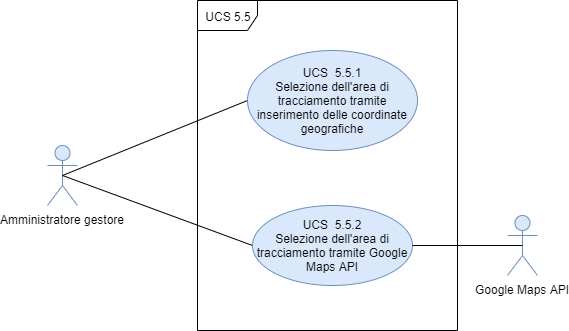
This is DocumentazioneEsterna/AnalisiRequisiti/sezioni/UseCase/Immagini/UCS5.5.png from qb-team/Stalker-Documentazione, a draw.io export, as it was before one commit. Source tidied: cells renumbered, new cells last; positions are measured from the earlier drawing's top-left corner, leaving out a move shared by most shapes.
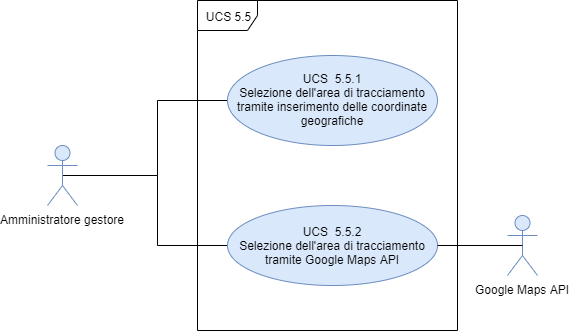
After the commit.

Change to the diagram source:
```diff
@@ -5,20 +5,30 @@
     <mxCell id="2" value="UCS 5.5" style="shape=umlFrame;whiteSpace=wrap;html=1;" parent="1" vertex="1">
       <mxGeometry x="150" width="260" height="330" as="geometry" />
     </mxCell>
-    <mxCell id="3" value="Amministratore gestore" style="shape=umlActor;verticalLabelPosition=bottom;labelBackgroundColor=#ffffff;verticalAlign=top;html=1;fillColor=#dae8fc;strokeColor=#6c8ebf;" parent="1" vertex="1">
-      <mxGeometry y="145" width="30" height="60" as="geometry" />
-    </mxCell>
-    <mxCell id="4" style="endArrow=none;html=1;exitX=0.5;exitY=0.5;exitDx=0;exitDy=0;exitPerimeter=0;entryX=0;entryY=0.5;entryDx=0;entryDy=0;" parent="1" edge="1" source="3" target="6">
-      <mxGeometry relative="1" as="geometry" />
+    <mxCell id="4" style="edgeStyle=orthogonalEdgeStyle;rounded=0;jettySize=auto;html=1;exitX=0.5;exitY=0.5;exitDx=0;exitDy=0;exitPerimeter=0;entryX=0;entryY=0.5;entryDx=0;entryDy=0;endArrow=none;endFill=0;" parent="1" edge="1" source="3" target="6">
+      <mxGeometry relative="1" as="geometry">
+        <Array as="points">
+          <mxPoint x="110" y="175" />
+          <mxPoint x="110" y="100" />
+        </Array>
+      </mxGeometry>
     </mxCell>
-    <mxCell id="5" style="endArrow=none;html=1;exitX=0.5;exitY=0.5;exitDx=0;exitDy=0;exitPerimeter=0;entryX=0;entryY=0.5;entryDx=0;entryDy=0;" parent="1" edge="1" source="3" target="7">
-      <mxGeometry relative="1" as="geometry" />
+    <mxCell id="5" style="edgeStyle=orthogonalEdgeStyle;rounded=0;jettySize=auto;html=1;exitX=0.5;exitY=0.5;exitDx=0;exitDy=0;exitPerimeter=0;entryX=0;entryY=0.5;entryDx=0;entryDy=0;endArrow=none;endFill=0;" parent="1" edge="1" source="3" target="7">
+      <mxGeometry relative="1" as="geometry">
+        <Array as="points">
+          <mxPoint x="110" y="175" />
+          <mxPoint x="110" y="245" />
+        </Array>
+      </mxGeometry>
     </mxCell>
+    <mxCell id="3" value="Amministratore gestore" style="shape=umlActor;verticalLabelPosition=bottom;labelBackgroundColor=#ffffff;verticalAlign=top;html=1;fillColor=#dae8fc;strokeColor=#6c8ebf;" parent="1" vertex="1">
+      <mxGeometry y="145" width="30" height="60" as="geometry" />
+    </mxCell>
     <mxCell id="6" value="UCS&amp;nbsp; 5.5.1&lt;br&gt;Selezione dell'area di tracciamento tramite inserimento delle coordinate geografiche" style="ellipse;whiteSpace=wrap;html=1;fillColor=#dae8fc;strokeColor=#6c8ebf;" parent="1" vertex="1">
-      <mxGeometry x="200" y="50" width="170" height="100" as="geometry" />
+      <mxGeometry x="180" y="55" width="210" height="90" as="geometry" />
     </mxCell>
     <mxCell id="7" value="UCS&amp;nbsp; 5.5.2&lt;br&gt;Selezione dell'area di tracciamento tramite Google Maps API" style="ellipse;whiteSpace=wrap;html=1;fillColor=#dae8fc;strokeColor=#6c8ebf;" parent="1" vertex="1">
-      <mxGeometry x="205" y="205" width="160" height="80" as="geometry" />
+      <mxGeometry x="180" y="205" width="210" height="80" as="geometry" />
     </mxCell>
     <mxCell id="8" value="Google Maps API" style="shape=umlActor;verticalLabelPosition=bottom;labelBackgroundColor=#ffffff;verticalAlign=top;html=1;outlineConnect=0;fillColor=#dae8fc;strokeColor=#6c8ebf;" parent="1" vertex="1">
       <mxGeometry x="460" y="215" width="30" height="60" as="geometry" />
```
